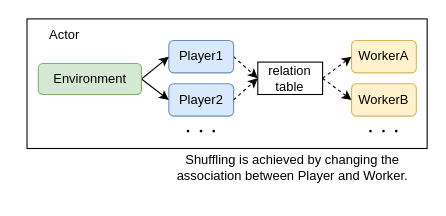
This is page "multiplay" (3 of 4) of diagrams/overview.drawio from pocokhc/simple_distributed_rl, a draw.io file, before an edit. Source tidied: cells renumbered, new cells numbered last; positions are measured from the earlier drawing's top-left corner, leaving out a move shared by most shapes. Both pictures are drawn from the tidied source at 108%, with x=0, y=0 at pixel (18, 18).
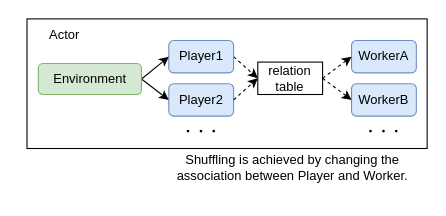
After the change.

What changed in the source:
```diff
@@
 <mxGraphModel>
   <root>
     <mxCell id="0" />
     <mxCell id="1" parent="0" />
     <mxCell id="2" style="rounded=0;whiteSpace=wrap;html=1;" parent="1" vertex="1">
       <mxGeometry x="7.5" width="370.5" height="120" as="geometry" />
     </mxCell>
-    <mxCell id="3" value="WorkerA" style="rounded=1;whiteSpace=wrap;html=1;fillColor=#fff2cc;strokeColor=#d6b656;" parent="1" vertex="1">
+    <mxCell id="3" value="WorkerA" style="rounded=1;whiteSpace=wrap;html=1;fillColor=#dae8fc;strokeColor=#6c8ebf;" parent="1" vertex="1">
       <mxGeometry x="308" y="20" width="60" height="30" as="geometry" />
     </mxCell>
     <mxCell id="4" value="Actor" style="text;html=1;strokeColor=none;fillColor=none;align=center;verticalAlign=middle;whiteSpace=wrap;rounded=0;" parent="1" vertex="1">
       <mxGeometry width="85" height="30" as="geometry" />
     </mxCell>
     <mxCell id="5" style="rounded=0;jettySize=auto;html=1;exitX=1;exitY=0.5;exitDx=0;exitDy=0;entryX=0;entryY=0.5;entryDx=0;entryDy=0;dashed=1;" parent="1" edge="1" source="6" target="15">
       <mxGeometry relative="1" as="geometry" />
     </mxCell>
     <mxCell id="6" value="Player1" style="rounded=1;whiteSpace=wrap;html=1;fillColor=#dae8fc;strokeColor=#6c8ebf;" parent="1" vertex="1">
       <mxGeometry x="138.8" y="20" width="60" height="30" as="geometry" />
     </mxCell>
-    <mxCell id="7" value="WorkerB" style="rounded=1;whiteSpace=wrap;html=1;fillColor=#fff2cc;strokeColor=#d6b656;" parent="1" vertex="1">
+    <mxCell id="7" value="WorkerB" style="rounded=1;whiteSpace=wrap;html=1;fillColor=#dae8fc;strokeColor=#6c8ebf;" parent="1" vertex="1">
       <mxGeometry x="308" y="60" width="60" height="30" as="geometry" />
     </mxCell>
     <mxCell id="8" value="Player2" style="rounded=1;whiteSpace=wrap;html=1;fillColor=#dae8fc;strokeColor=#6c8ebf;" parent="1" vertex="1">
       <mxGeometry x="138.8" y="60" width="60" height="30" as="geometry" />
     </mxCell>
     <mxCell id="9" value="・・・" style="text;html=1;strokeColor=none;fillColor=none;align=center;verticalAlign=middle;whiteSpace=wrap;rounded=0;" parent="1" vertex="1">
       <mxGeometry x="313" y="90" width="50" height="30" as="geometry" />
     </mxCell>
     <mxCell id="10" value="・・・" style="text;html=1;strokeColor=none;fillColor=none;align=center;verticalAlign=middle;whiteSpace=wrap;rounded=0;" parent="1" vertex="1">
       <mxGeometry x="143.8" y="90" width="50" height="30" as="geometry" />
     </mxCell>
     <mxCell id="11" style="rounded=0;jettySize=auto;html=1;exitX=1;exitY=0.5;exitDx=0;exitDy=0;entryX=0;entryY=0.5;entryDx=0;entryDy=0;" parent="1" edge="1" source="13" target="6">
       <mxGeometry relative="1" as="geometry" />
     </mxCell>
     <mxCell id="12" style="rounded=0;jettySize=auto;html=1;exitX=1;exitY=0.5;exitDx=0;exitDy=0;entryX=0;entryY=0.5;entryDx=0;entryDy=0;" parent="1" edge="1" source="13" target="8">
       <mxGeometry relative="1" as="geometry" />
     </mxCell>
     <mxCell id="13" value="Environment" style="rounded=1;whiteSpace=wrap;html=1;fillColor=#d5e8d4;strokeColor=#82b366;" parent="1" vertex="1">
       <mxGeometry x="18" y="41.3" width="95.5" height="28.7" as="geometry" />
     </mxCell>
     <mxCell id="14" value="Shuffling is achieved by changing the association between Player and Worker." style="text;html=1;strokeColor=none;fillColor=none;align=center;verticalAlign=middle;whiteSpace=wrap;rounded=0;" parent="1" vertex="1">
       <mxGeometry x="138.8" y="110" width="229.2" height="55" as="geometry" />
     </mxCell>
     <mxCell id="15" value="relation&lt;br&gt;table" style="rounded=0;whiteSpace=wrap;html=1;" parent="1" vertex="1">
       <mxGeometry x="221.2" y="40" width="60" height="30" as="geometry" />
     </mxCell>
     <mxCell id="16" style="rounded=0;jettySize=auto;html=1;exitX=1;exitY=0.5;exitDx=0;exitDy=0;entryX=0;entryY=0.5;entryDx=0;entryDy=0;dashed=1;" parent="1" edge="1" source="8" target="15">
       <mxGeometry relative="1" as="geometry" />
     </mxCell>
     <mxCell id="17" style="rounded=0;jettySize=auto;html=1;exitX=1;exitY=0.5;exitDx=0;exitDy=0;entryX=0;entryY=0.5;entryDx=0;entryDy=0;dashed=1;" parent="1" edge="1" source="15" target="3">
       <mxGeometry relative="1" as="geometry" />
     </mxCell>
     <mxCell id="18" style="rounded=0;jettySize=auto;html=1;exitX=1;exitY=0.5;exitDx=0;exitDy=0;entryX=0;entryY=0.5;entryDx=0;entryDy=0;dashed=1;" parent="1" edge="1" source="15" target="7">
       <mxGeometry relative="1" as="geometry" />
     </mxCell>
   </root>
 </mxGraphModel>
```
